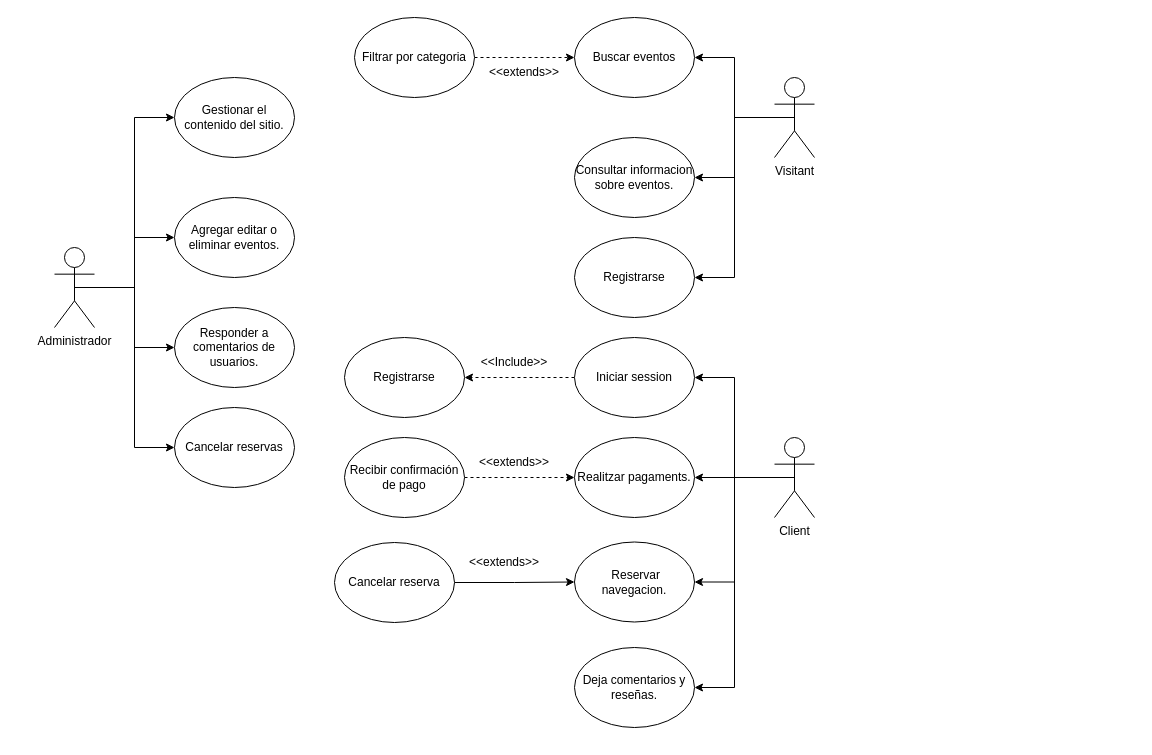
The draw.io diagram Diagramas/Casos_XaJo.drawio in joam6/Sailing_XaJo, before the edit. Source tidied: cells renumbered, new cells numbered last; positions are measured from the earlier drawing's top-left corner, leaving out a move shared by most shapes. Both pictures are drawn from the tidied source at 100%, with x=0, y=0 at pixel (54, 17).
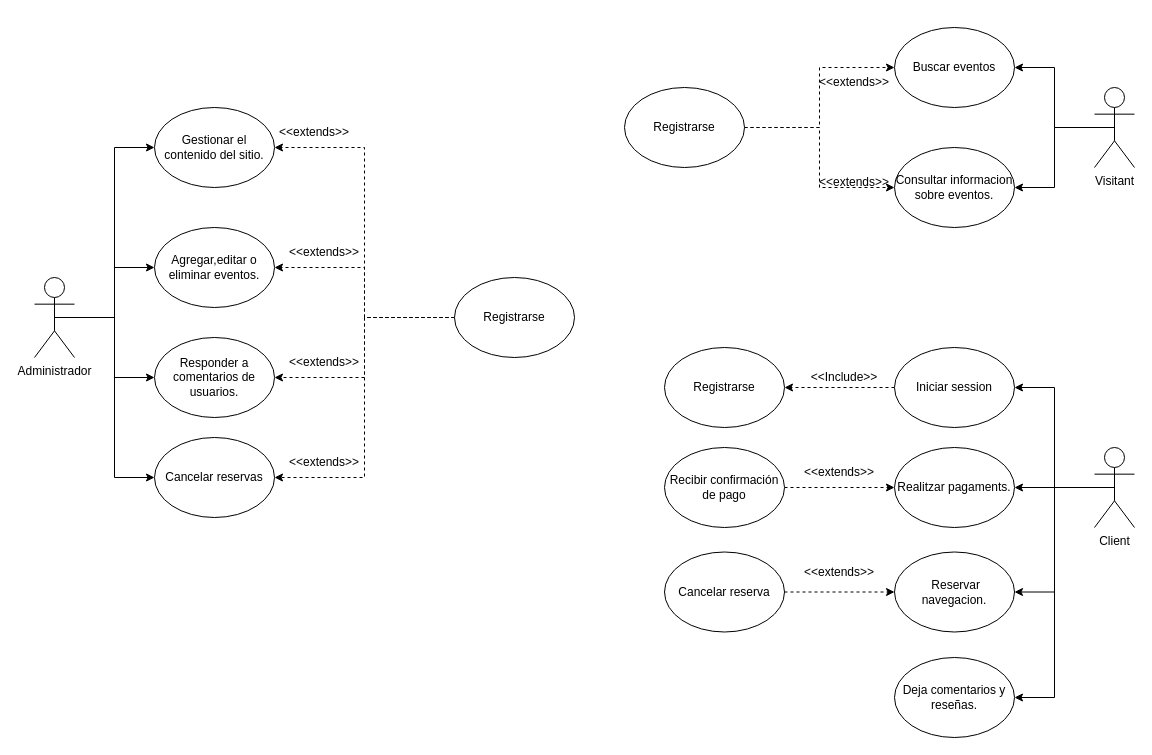
The same page after the edit.

The edit, as a diff of the source:
```diff
@@
     <mxCell id="6" value="Administrador" style="shape=umlActor;verticalLabelPosition=bottom;verticalAlign=top;html=1;outlineConnect=0;" parent="1" vertex="1">
-      <mxGeometry y="230" width="40" height="80" as="geometry" />
+      <mxGeometry x="-20" y="260" width="40" height="80" as="geometry" />
     </mxCell>
@@
     <mxCell id="11" value="Client" style="shape=umlActor;verticalLabelPosition=bottom;verticalAlign=top;html=1;outlineConnect=0;" parent="1" vertex="1">
-      <mxGeometry x="720" y="420" width="40" height="80" as="geometry" />
+      <mxGeometry x="1040" y="430" width="40" height="80" as="geometry" />
     </mxCell>
@@
-    <mxCell id="14" style="edgeStyle=orthogonalEdgeStyle;rounded=0;jettySize=auto;html=1;exitX=0.5;exitY=0.5;exitDx=0;exitDy=0;exitPerimeter=0;entryX=1;entryY=0.5;entryDx=0;entryDy=0;" parent="1" edge="1" source="15" target="31">
-      <mxGeometry relative="1" as="geometry" />
-    </mxCell>
     <mxCell id="15" value="Visitant" style="shape=umlActor;verticalLabelPosition=bottom;verticalAlign=top;html=1;outlineConnect=0;" parent="1" vertex="1">
-      <mxGeometry x="720" y="60" width="40" height="80" as="geometry" />
+      <mxGeometry x="1040" y="70" width="40" height="80" as="geometry" />
     </mxCell>
     <mxCell id="16" value="Buscar eventos" style="ellipse;whiteSpace=wrap;html=1;" parent="1" vertex="1">
-      <mxGeometry x="520" width="120" height="80" as="geometry" />
+      <mxGeometry x="840" y="10" width="120" height="80" as="geometry" />
     </mxCell>
     <mxCell id="17" value="Consultar informacion sobre eventos." style="ellipse;whiteSpace=wrap;html=1;" parent="1" vertex="1">
-      <mxGeometry x="520" y="120" width="120" height="80" as="geometry" />
+      <mxGeometry x="840" y="130" width="120" height="80" as="geometry" />
     </mxCell>
@@
     <mxCell id="19" value="Iniciar session" style="ellipse;whiteSpace=wrap;html=1;" parent="1" vertex="1">
-      <mxGeometry x="520" y="320" width="120" height="80" as="geometry" />
+      <mxGeometry x="840" y="330" width="120" height="80" as="geometry" />
     </mxCell>
     <mxCell id="20" value="Realitzar pagaments." style="ellipse;whiteSpace=wrap;html=1;" parent="1" vertex="1">
-      <mxGeometry x="520" y="420" width="120" height="80" as="geometry" />
+      <mxGeometry x="840" y="430" width="120" height="80" as="geometry" />
     </mxCell>
     <mxCell id="21" value="Gestionar el contenido del sitio." style="ellipse;whiteSpace=wrap;html=1;" parent="1" vertex="1">
-      <mxGeometry x="120" y="60" width="120" height="80" as="geometry" />
+      <mxGeometry x="100" y="90" width="120" height="80" as="geometry" />
     </mxCell>
-    <mxCell id="22" value="Agregar editar o eliminar eventos." style="ellipse;whiteSpace=wrap;html=1;" parent="1" vertex="1">
-      <mxGeometry x="120" y="180" width="120" height="80" as="geometry" />
+    <mxCell id="22" value="Agregar,editar o eliminar eventos." style="ellipse;whiteSpace=wrap;html=1;" parent="1" vertex="1">
+      <mxGeometry x="100" y="210" width="120" height="80" as="geometry" />
     </mxCell>
     <mxCell id="23" value="Responder a comentarios de usuarios." style="ellipse;whiteSpace=wrap;html=1;" parent="1" vertex="1">
-      <mxGeometry x="120" y="290" width="120" height="80" as="geometry" />
+      <mxGeometry x="100" y="320" width="120" height="80" as="geometry" />
     </mxCell>
@@
+    <mxCell id="39" style="edgeStyle=orthogonalEdgeStyle;rounded=0;jettySize=auto;html=1;exitX=1;exitY=0.5;exitDx=0;exitDy=0;dashed=1;" parent="1" edge="1" source="25" target="17">
+      <mxGeometry relative="1" as="geometry" />
+    </mxCell>
-    <mxCell id="25" value="Filtrar por categoria" style="ellipse;whiteSpace=wrap;html=1;" parent="1" vertex="1">
-      <mxGeometry x="300" width="120" height="80" as="geometry" />
+    <mxCell id="25" value="Registrarse" style="ellipse;whiteSpace=wrap;html=1;" parent="1" vertex="1">
+      <mxGeometry x="570" y="70" width="120" height="80" as="geometry" />
     </mxCell>
@@
     <mxCell id="27" value="Recibir confirmación de pago" style="ellipse;whiteSpace=wrap;html=1;" parent="1" vertex="1">
-      <mxGeometry x="290" y="420" width="120" height="80" as="geometry" />
+      <mxGeometry x="610" y="430" width="120" height="80" as="geometry" />
     </mxCell>
     <mxCell id="28" value="Deja comentarios y reseñas." style="ellipse;whiteSpace=wrap;html=1;" parent="1" vertex="1">
-      <mxGeometry x="520" y="630" width="120" height="80" as="geometry" />
+      <mxGeometry x="840" y="640" width="120" height="80" as="geometry" />
     </mxCell>
     <mxCell id="29" value="&amp;lt;&amp;lt;extends&amp;gt;&amp;gt;" style="text;html=1;align=center;verticalAlign=middle;whiteSpace=wrap;rounded=0;" parent="1" vertex="1">
-      <mxGeometry x="440" y="40" width="60" height="30" as="geometry" />
+      <mxGeometry x="770" y="50" width="60" height="30" as="geometry" />
     </mxCell>
     <mxCell id="30" value="&amp;lt;&amp;lt;extends&amp;gt;&amp;gt;" style="text;html=1;align=center;verticalAlign=middle;whiteSpace=wrap;rounded=0;" parent="1" vertex="1">
-      <mxGeometry x="430" y="430" width="60" height="30" as="geometry" />
+      <mxGeometry x="755" y="440" width="60" height="30" as="geometry" />
     </mxCell>
-    <mxCell id="31" value="Registrarse" style="ellipse;whiteSpace=wrap;html=1;" parent="1" vertex="1">
-      <mxGeometry x="520" y="220" width="120" height="80" as="geometry" />
-    </mxCell>
     <mxCell id="32" value="Registrarse" style="ellipse;whiteSpace=wrap;html=1;" parent="1" vertex="1">
-      <mxGeometry x="290" y="320" width="120" height="80" as="geometry" />
+      <mxGeometry x="610" y="330" width="120" height="80" as="geometry" />
     </mxCell>
     <mxCell id="33" value="&amp;lt;&amp;lt;Include&amp;gt;&amp;gt;" style="text;html=1;align=center;verticalAlign=middle;whiteSpace=wrap;rounded=0;" parent="1" vertex="1">
-      <mxGeometry x="430" y="330" width="60" height="30" as="geometry" />
+      <mxGeometry x="760" y="345" width="60" height="30" as="geometry" />
     </mxCell>
     <mxCell id="34" value="&amp;nbsp;Reservar navegacion." style="ellipse;whiteSpace=wrap;html=1;" parent="1" vertex="1">
-      <mxGeometry x="520" y="524.5" width="120" height="80" as="geometry" />
+      <mxGeometry x="840" y="534.5" width="120" height="80" as="geometry" />
     </mxCell>
-    <mxCell id="35" style="edgeStyle=orthogonalEdgeStyle;rounded=0;jettySize=auto;html=1;exitX=1;exitY=0.5;exitDx=0;exitDy=0;entryX=0;entryY=0.5;entryDx=0;entryDy=0;" parent="1" edge="1" source="36" target="34">
+    <mxCell id="35" style="edgeStyle=orthogonalEdgeStyle;rounded=0;jettySize=auto;html=1;exitX=1;exitY=0.5;exitDx=0;exitDy=0;entryX=0;entryY=0.5;entryDx=0;entryDy=0;dashed=1;" parent="1" edge="1" source="36" target="34">
       <mxGeometry relative="1" as="geometry" />
     </mxCell>
     <mxCell id="36" value="Cancelar reserva" style="ellipse;whiteSpace=wrap;html=1;" parent="1" vertex="1">
-      <mxGeometry x="280" y="525" width="120" height="80" as="geometry" />
+      <mxGeometry x="610" y="534.5" width="120" height="80" as="geometry" />
     </mxCell>
     <mxCell id="37" value="&amp;lt;&amp;lt;extends&amp;gt;&amp;gt;" style="text;html=1;align=center;verticalAlign=middle;whiteSpace=wrap;rounded=0;" parent="1" vertex="1">
-      <mxGeometry x="420" y="530" width="60" height="30" as="geometry" />
+      <mxGeometry x="755" y="540" width="60" height="30" as="geometry" />
     </mxCell>
     <mxCell id="38" value="Cancelar reservas" style="ellipse;whiteSpace=wrap;html=1;" parent="1" vertex="1">
-      <mxGeometry x="120" y="390" width="120" height="80" as="geometry" />
+      <mxGeometry x="100" y="420" width="120" height="80" as="geometry" />
     </mxCell>
+    <mxCell id="40" style="edgeStyle=orthogonalEdgeStyle;rounded=0;jettySize=auto;html=1;dashed=1;entryX=1;entryY=0.5;entryDx=0;entryDy=0;" parent="1" edge="1" source="31" target="21">
+      <mxGeometry relative="1" as="geometry" />
+    </mxCell>
+    <mxCell id="41" style="edgeStyle=orthogonalEdgeStyle;rounded=0;jettySize=auto;html=1;dashed=1;" parent="1" edge="1" source="31" target="22">
+      <mxGeometry relative="1" as="geometry" />
+    </mxCell>
+    <mxCell id="42" style="edgeStyle=orthogonalEdgeStyle;rounded=0;jettySize=auto;html=1;entryX=1;entryY=0.5;entryDx=0;entryDy=0;dashed=1;" parent="1" edge="1" source="31" target="23">
+      <mxGeometry relative="1" as="geometry" />
+    </mxCell>
+    <mxCell id="43" style="edgeStyle=orthogonalEdgeStyle;rounded=0;jettySize=auto;html=1;exitX=0;exitY=0.5;exitDx=0;exitDy=0;entryX=1;entryY=0.5;entryDx=0;entryDy=0;dashed=1;" parent="1" edge="1" source="31" target="38">
+      <mxGeometry relative="1" as="geometry" />
+    </mxCell>
+    <mxCell id="31" value="Registrarse" style="ellipse;whiteSpace=wrap;html=1;" parent="1" vertex="1">
+      <mxGeometry x="400" y="260" width="120" height="80" as="geometry" />
+    </mxCell>
+    <mxCell id="44" value="&amp;lt;&amp;lt;extends&amp;gt;&amp;gt;" style="text;html=1;align=center;verticalAlign=middle;whiteSpace=wrap;rounded=0;" parent="1" vertex="1">
+      <mxGeometry x="230" y="100" width="60" height="30" as="geometry" />
+    </mxCell>
+    <mxCell id="45" value="&amp;lt;&amp;lt;extends&amp;gt;&amp;gt;" style="text;html=1;align=center;verticalAlign=middle;whiteSpace=wrap;rounded=0;" parent="1" vertex="1">
+      <mxGeometry x="240" y="220" width="60" height="30" as="geometry" />
+    </mxCell>
+    <mxCell id="46" value="&amp;lt;&amp;lt;extends&amp;gt;&amp;gt;" style="text;html=1;align=center;verticalAlign=middle;whiteSpace=wrap;rounded=0;" parent="1" vertex="1">
+      <mxGeometry x="240" y="330" width="60" height="30" as="geometry" />
+    </mxCell>
+    <mxCell id="47" value="&amp;lt;&amp;lt;extends&amp;gt;&amp;gt;" style="text;html=1;align=center;verticalAlign=middle;whiteSpace=wrap;rounded=0;" parent="1" vertex="1">
+      <mxGeometry x="240" y="430" width="60" height="30" as="geometry" />
+    </mxCell>
+    <mxCell id="48" value="&amp;lt;&amp;lt;extends&amp;gt;&amp;gt;" style="text;html=1;align=center;verticalAlign=middle;whiteSpace=wrap;rounded=0;" parent="1" vertex="1">
+      <mxGeometry x="770" y="150" width="60" height="30" as="geometry" />
+    </mxCell>
```
